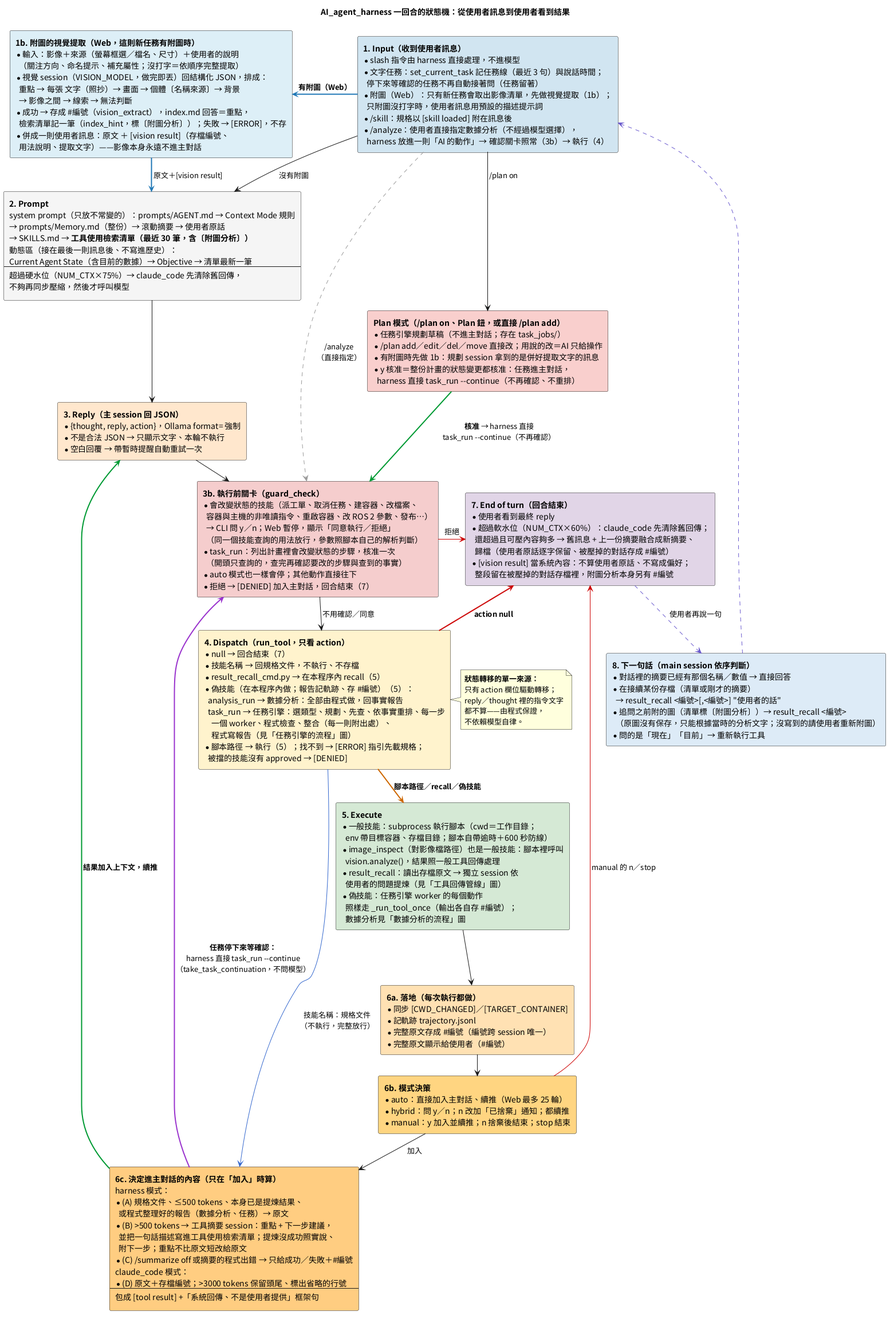
The PlantUML diagram doc/images/AI_agent_harness的狀態轉移.png in DavidZox/Coding_agnet, before a commit.
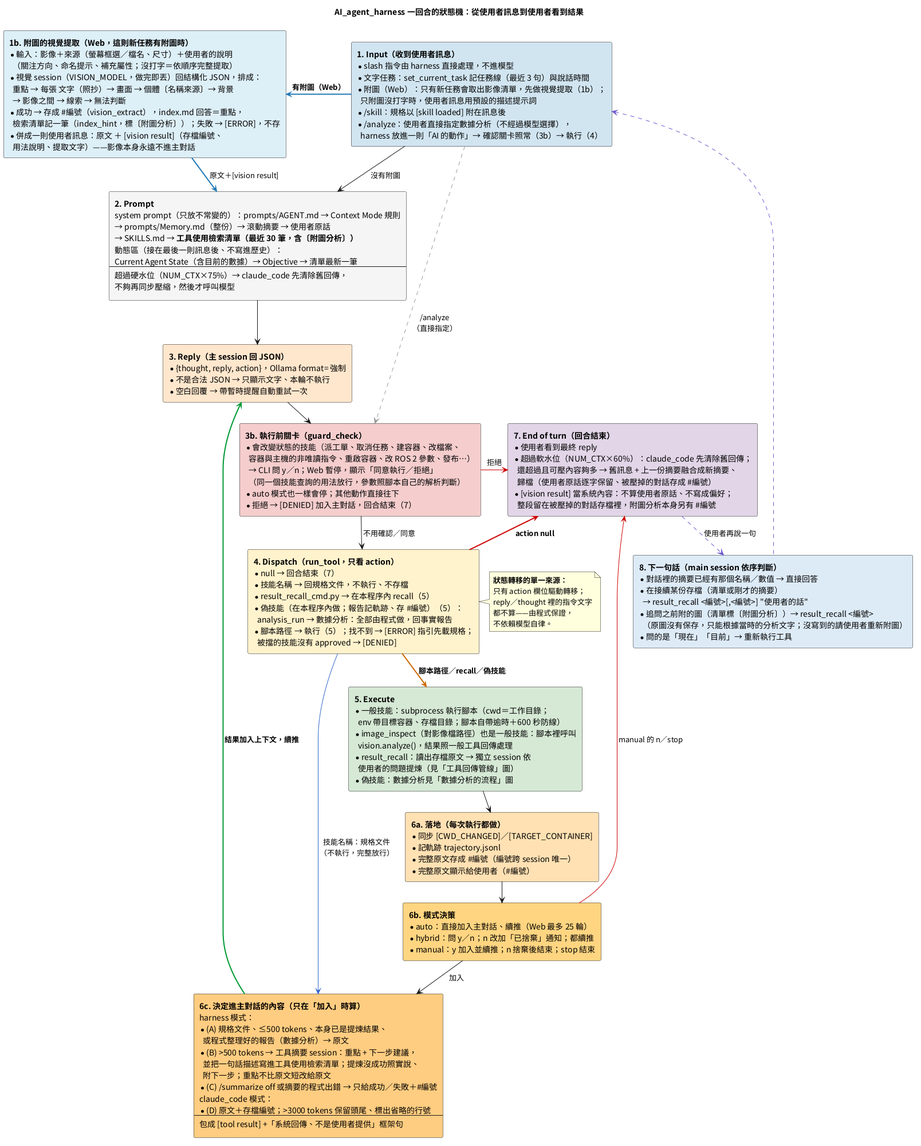
After the change.

The edit, as a diff of the source:
```diff
@@ -10,8 +10,7 @@
 rectangle State1 #D1E5F0 [
   **1. Input（收到使用者訊息）**
   * slash 指令由 harness 直接處理，不進模型
-  * 文字任務：set_current_task 記任務線（最近 3 句）與說話時間；
-    停下來等確認的任務不再自動接著問（任務留著）
+  * 文字任務：set_current_task 記任務線（最近 3 句）與說話時間
   * 附圖（Web）：只有新任務會取出影像清單，先做視覺提取（1b）；
     只附圖沒打字時，使用者訊息用預設的描述提示詞
   * /skill：規格以 [skill loaded] 附在訊息後
@@ -57,8 +56,6 @@
     容器與主機的非唯讀指令、重啟容器、改 ROS 2 參數、發布…）
     → CLI 問 y／n；Web 暫停，顯示「同意執行／拒絕」
     （同一個技能查詢的用法放行，參數照腳本自己的解析判斷）
-  * task_run：列出計畫裡會改變狀態的步驟，核准一次
-    （開頭只查詢的，查完再確認要改的步驟與查到的事實）
   * auto 模式也一樣會停；其他動作直接往下
   * 拒絕 → [DENIED] 加入主對話，回合結束（7）
 ]
@@ -70,9 +67,6 @@
   * result_recall_cmd.py → 在本程序內 recall（5）
   * 偽技能（在本程序內做；報告記軌跡、存 #編號）（5）：
     analysis_run → 數據分析：全部由程式做，回事實報告
-    task_run → 任務引擎：選類型、規劃、先查、依事實重排、每一步
-      一個 worker、程式檢查、整合（每一則附出處）、
-      程式寫報告（見「任務引擎的流程」圖）
   * 腳本路徑 → 執行（5）；找不到 → [ERROR] 指引先載規格；
     被擋的技能沒有 approved → [DENIED]
 ]
@@ -85,9 +79,7 @@
     vision.analyze()，結果照一般工具回傳處理
   * result_recall：讀出存檔原文 → 獨立 session 依
     使用者的問題提煉（見「工具回傳管線」圖）
-  * 偽技能：任務引擎 worker 的每個動作
-    照樣走 _run_tool_once（輸出各自存 #編號）；
-    數據分析見「數據分析的流程」圖
+  * 偽技能：數據分析見「數據分析的流程」圖
 ]
 
 rectangle State6a #FFE0B2 [
@@ -109,7 +101,7 @@
   **6c. 決定進主對話的內容（只在「加入」時算）**
   harness 模式：
   * (A) 規格文件、≤500 tokens、本身已是提煉結果、
-    或程式整理好的報告（數據分析、任務）→ 原文
+    或程式整理好的報告（數據分析）→ 原文
   * (B) >500 tokens → 工具摘要 session：重點 + 下一步建議，
     並把一句話描述寫進工具使用檢索清單；提煉沒成功照實說、
     附下一步；重點不比原文短改給原文
@@ -140,15 +132,6 @@
   * 問的是「現在」「目前」→ 重新執行工具
 ]
 
-rectangle StatePlan #F8CECC [
-  **Plan 模式（/plan on、Plan 鈕，或直接 /plan add）**
-  * 任務引擎規劃草稿（不進主對話；存在 task_jobs/）
-  * /plan add／edit／del／move 直接改；用說的改＝AI 只給操作
-  * 有附圖時先做 1b：規劃 session 拿到的是併好提取文字的訊息
-  * y 核准＝整份計畫的狀態變更都核准：任務進主對話，
-    harness 直接 task_run --continue（不再確認、不重排）
-]
-
 State1 -down-> State2 : 沒有附圖
 State1 -[#1F77B4,bold]left-> StateVision : **有附圖（Web）**
 StateVision -[#1F77B4,bold]down-> State2 : 原文＋[vision result]
@@ -162,14 +145,11 @@
 State6a -down-> State6b
 State6b -down-> State6c : 加入
 State6c -[#009933,bold]up-> State3 : **結果加入上下文，續推**
-State6c -[#9933CC,bold]up-> StateGuard : **任務停下來等確認：**\nharness 直接 task_run --continue\n（take_task_continuation，不問模型）
 State4 -[#CC0000,bold]left-> State7 : **action null**
 State6b -[#CC0000]left-> State7 : manual 的 n／stop
 State7 -[#6A5ACD,dashed]down-> State8 : 使用者再說一句
 State8 -[#6A5ACD,dashed]up-> State1
-State1 -down-> StatePlan : /plan on
 State1 -[#999999,dashed]right-> StateGuard : /analyze\n（直接指定）
-StatePlan -[#009933,bold]-> StateGuard : **核准** → harness 直接\ntask_run --continue（不再確認）
 
 note right of State4
   **狀態轉移的單一來源：**
```
